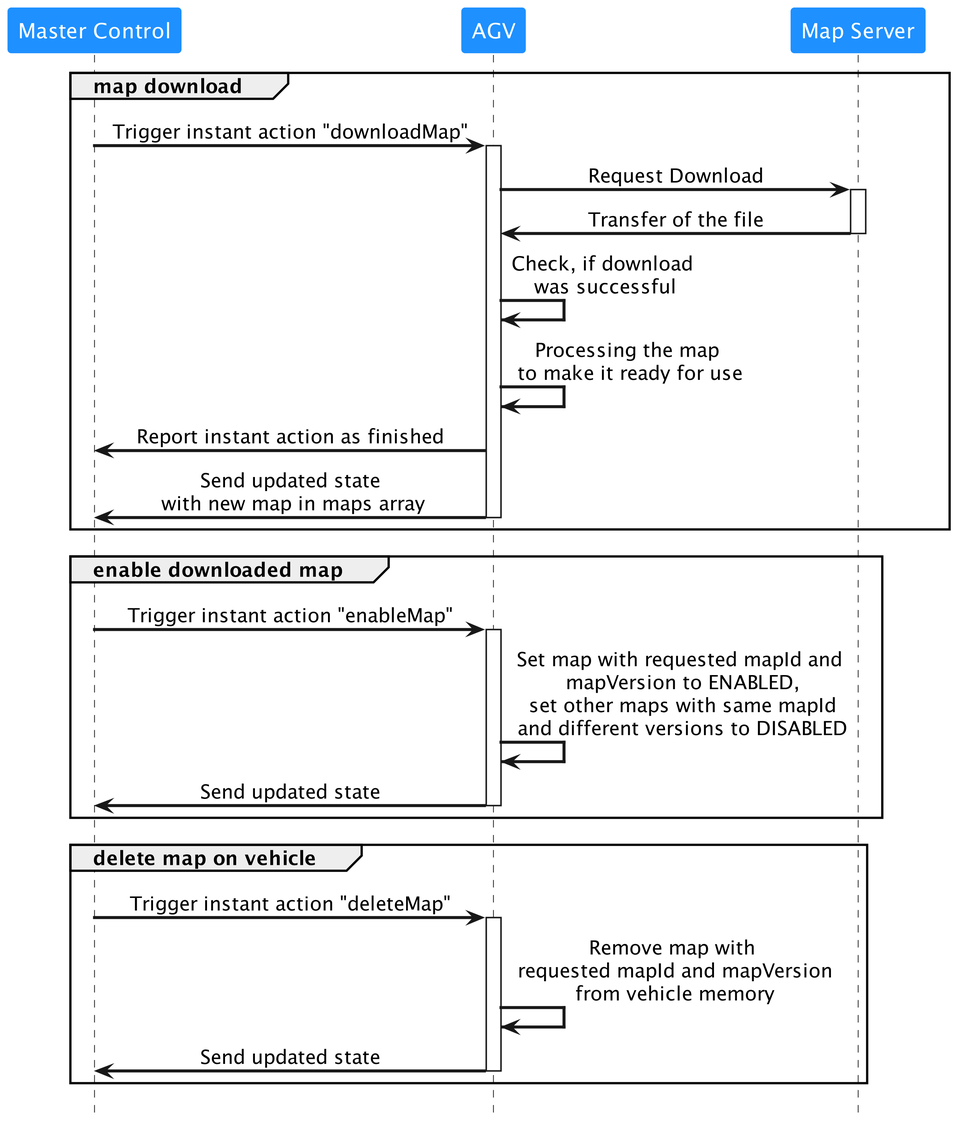
VDA5050/VDA5050 keeps this PlantUML diagram as assets/map_distribution_process.png. Above is the earlier version.
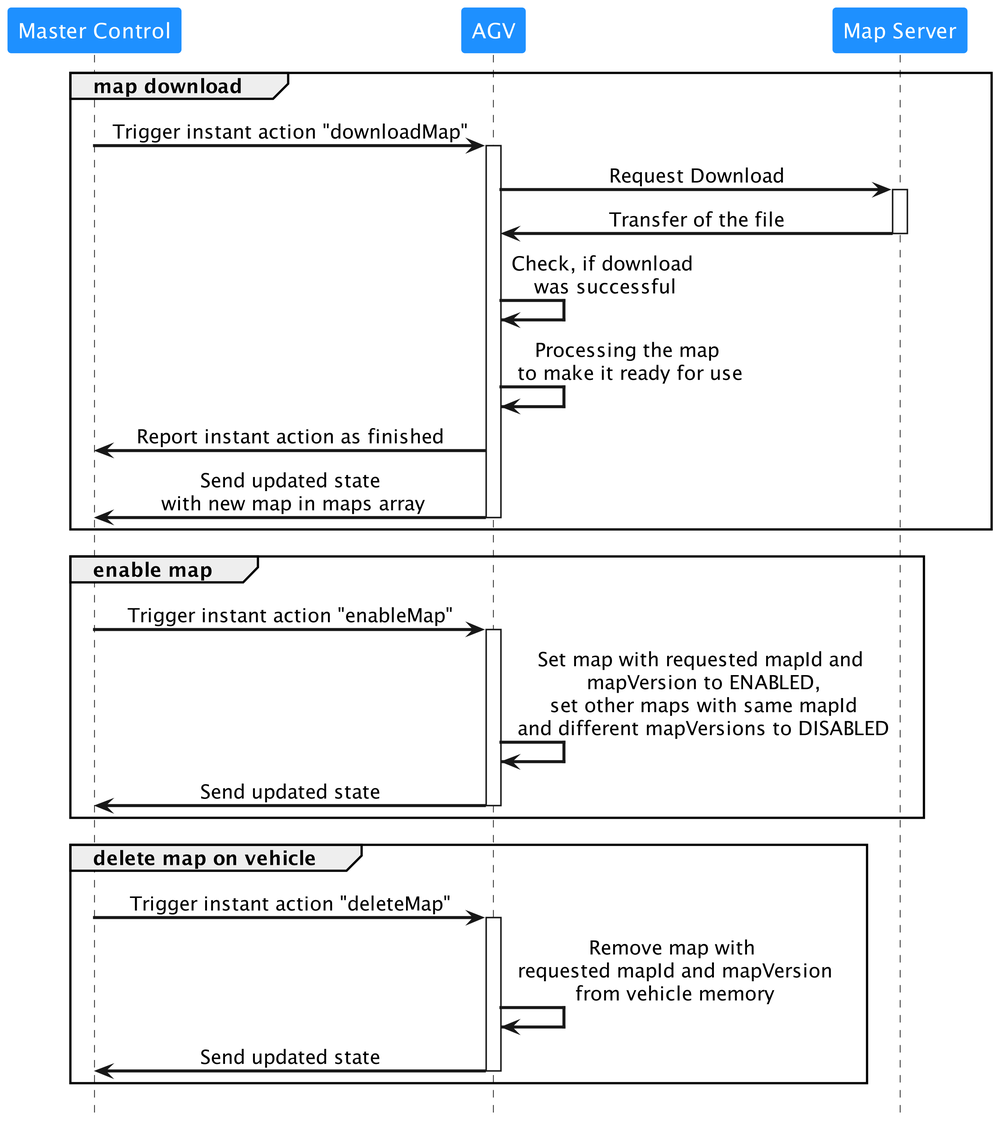
The same diagram one commit later.

The edit, as a diff of the source:
```diff
@@ -25,10 +25,10 @@
 deactivate AGV
 end
 
-group enable downloaded map
+group enable map
 "Master Control" -> "AGV": Trigger instant action "enableMap"
 activate AGV
-AGV -> AGV: Set map with requested mapId and\n mapVersion to ENABLED,\n set other maps with same mapId\n and different versions to DISABLED
+AGV -> AGV: Set map with requested mapId and\n mapVersion to ENABLED,\n set other maps with same mapId\n and different mapVersions to DISABLED
 "Master Control" <- "AGV": Send updated state
 deactivate AGV
 end
```
